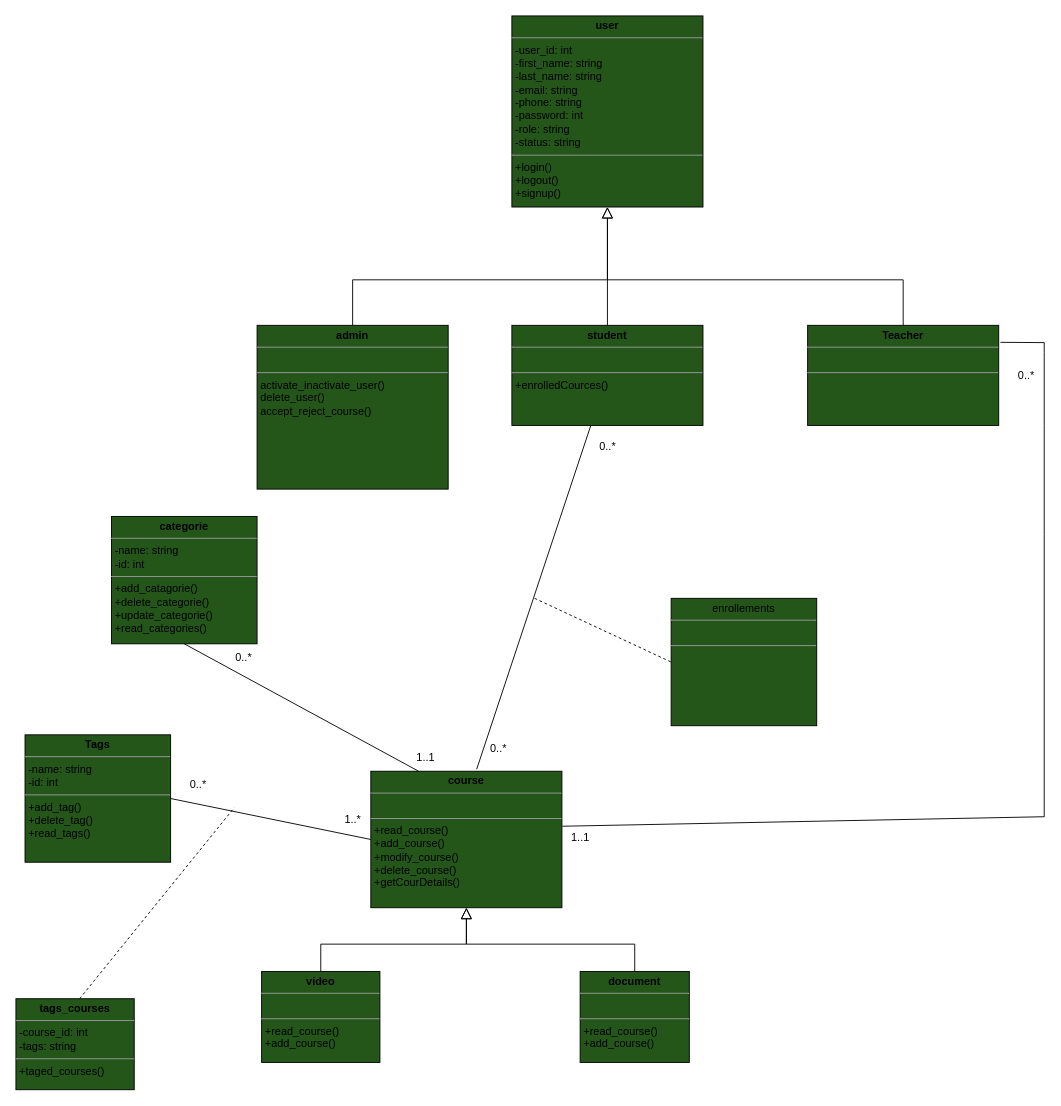
Abderrahman-Ahouari/brief-crois-e-2-Plateforme-de-Cours-en-Ligne-Youdemy keeps this draw.io diagram as UML/diagramme_de_classe.drawio. Above is the earlier version. Source tidied: cells renumbered, new cells numbered last; positions are measured from the earlier drawing's top-left corner, leaving out a move shared by most shapes. Both pictures are drawn from the tidied source at 91%, with x=0, y=0 at pixel (15, 15).
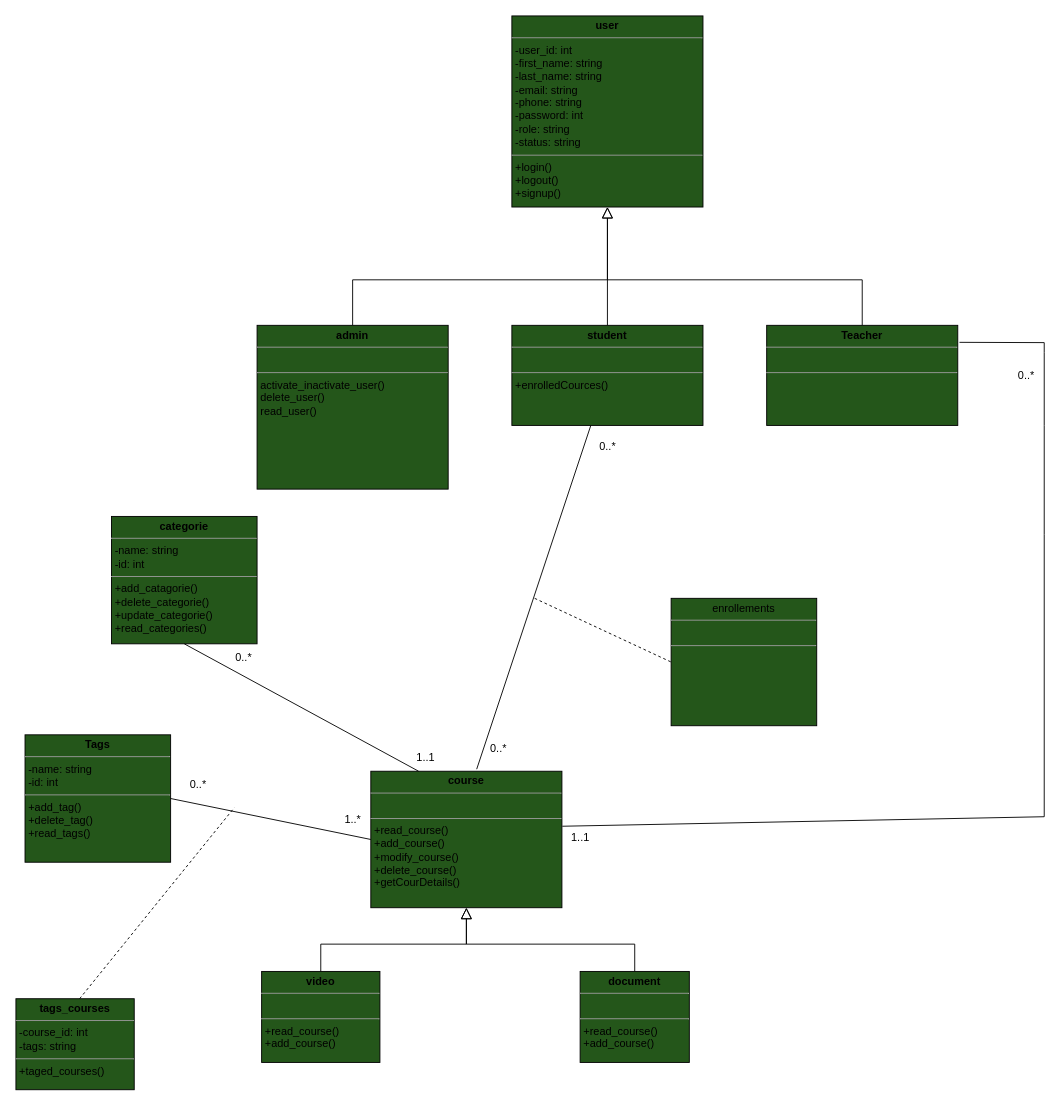
The same diagram, later.

Commit message (it also covers changes not shown here):
finished some admin functionalities, the admin now can consulte the etudiant and the treachers in the website

Change to the diagram source:
```diff
@@
     <mxCell id="5" value="&lt;p style=&quot;margin:0px;margin-top:4px;text-align:center;&quot;&gt;&lt;b&gt;Teacher&lt;/b&gt;&lt;/p&gt;&lt;hr size=&quot;1&quot;&gt;&lt;p style=&quot;margin:0px;margin-left:4px;&quot;&gt;&lt;br&gt;&lt;/p&gt;&lt;hr size=&quot;1&quot;&gt;&lt;p style=&quot;margin:0px;margin-left:4px;&quot;&gt;&lt;br&gt;&lt;/p&gt;" style="verticalAlign=top;align=left;overflow=fill;fontSize=12;fontFamily=Helvetica;html=1;fillColor=#24561A;" parent="1" vertex="1">
-      <mxGeometry x="870" y="340" width="210" height="110" as="geometry" />
+      <mxGeometry x="825" y="340" width="210" height="110" as="geometry" />
     </mxCell>
-    <mxCell id="6" value="&lt;p style=&quot;margin:0px;margin-top:4px;text-align:center;&quot;&gt;&lt;b&gt;admin&lt;/b&gt;&lt;/p&gt;&lt;hr size=&quot;1&quot;&gt;&lt;p style=&quot;margin:0px;margin-left:4px;&quot;&gt;&lt;br&gt;&lt;/p&gt;&lt;hr size=&quot;1&quot;&gt;&lt;p style=&quot;margin:0px;margin-left:4px;&quot;&gt;&lt;span style=&quot;background-color: initial;&quot;&gt;activate_inactivate_user()&lt;/span&gt;&lt;br&gt;&lt;/p&gt;&lt;p style=&quot;margin: 0px 0px 0px 4px;&quot;&gt;delete_user()&lt;/p&gt;&lt;p style=&quot;margin: 0px 0px 0px 4px;&quot;&gt;accept_reject_course()&lt;/p&gt;" style="verticalAlign=top;align=left;overflow=fill;fontSize=12;fontFamily=Helvetica;html=1;fillColor=#24561A;" parent="1" vertex="1">
+    <mxCell id="6" value="&lt;p style=&quot;margin:0px;margin-top:4px;text-align:center;&quot;&gt;&lt;b&gt;admin&lt;/b&gt;&lt;/p&gt;&lt;hr size=&quot;1&quot;&gt;&lt;p style=&quot;margin:0px;margin-left:4px;&quot;&gt;&lt;br&gt;&lt;/p&gt;&lt;hr size=&quot;1&quot;&gt;&lt;p style=&quot;margin:0px;margin-left:4px;&quot;&gt;&lt;span style=&quot;background-color: initial;&quot;&gt;activate_inactivate_user()&lt;/span&gt;&lt;br&gt;&lt;/p&gt;&lt;p style=&quot;margin: 0px 0px 0px 4px;&quot;&gt;delete_user()&lt;/p&gt;&lt;p style=&quot;margin: 0px 0px 0px 4px;&quot;&gt;read_user()&lt;/p&gt;" style="verticalAlign=top;align=left;overflow=fill;fontSize=12;fontFamily=Helvetica;html=1;fillColor=#24561A;" parent="1" vertex="1">
       <mxGeometry x="265" y="340" width="210" height="180" as="geometry" />
     </mxCell>
```
